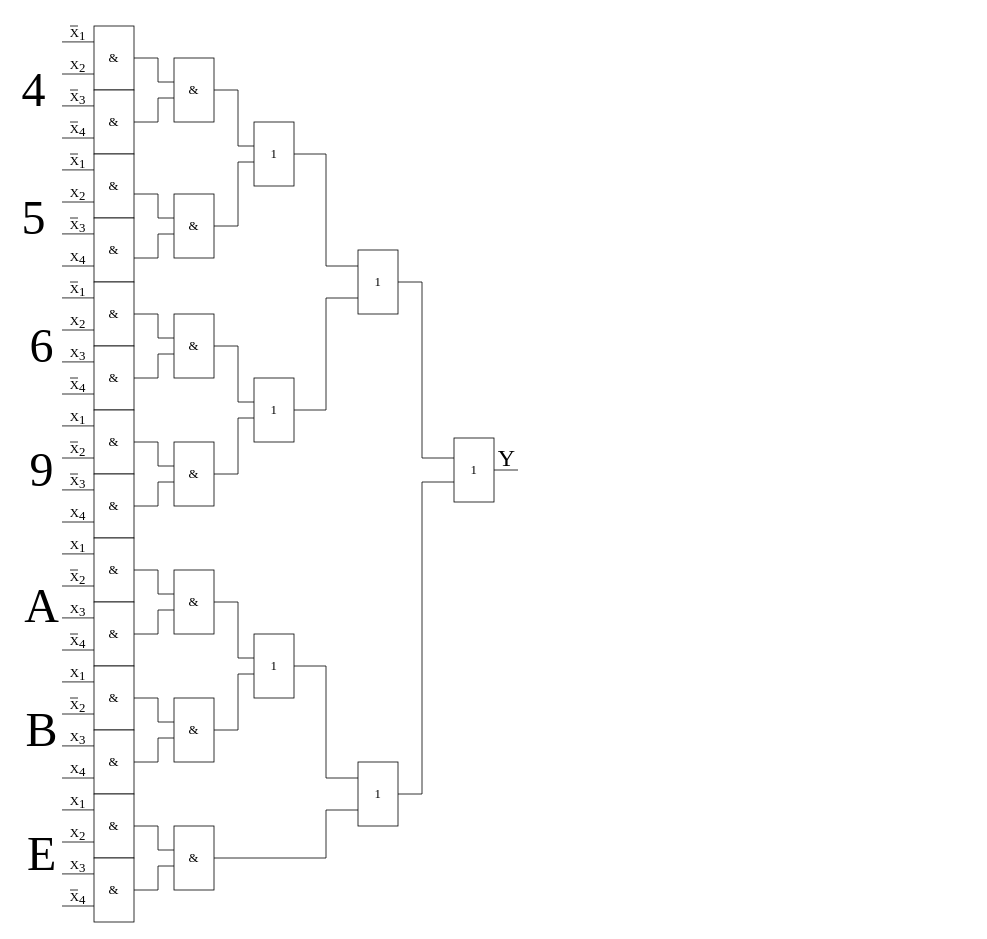
Hlebnica/arch_evm keeps this draw.io diagram as lab1_arc_evm.drawio. Above is the earlier version. Source tidied: cells renumbered, new cells numbered last; positions are measured from the earlier drawing's top-left corner, leaving out a move shared by most shapes. Both pictures are drawn from the tidied source at 80%, with x=0, y=0 at pixel (14, 14).
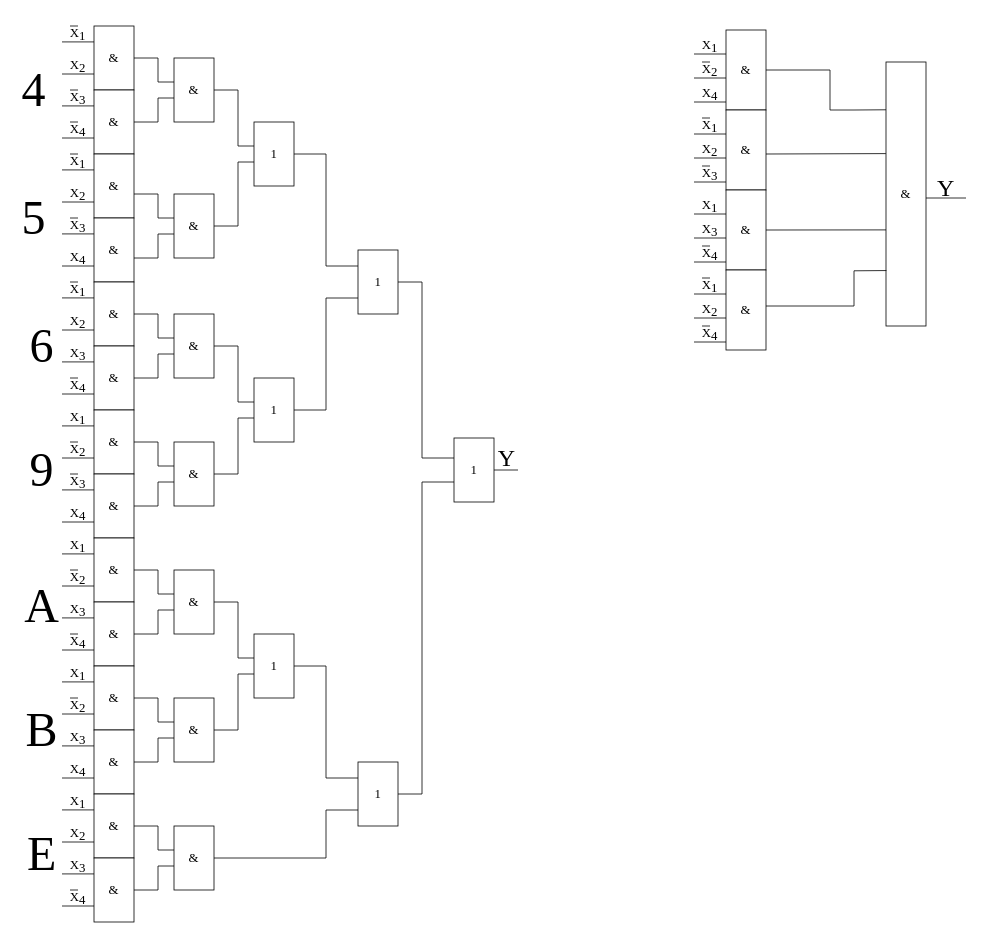
The same page after the edit.

The edit, as a diff of the source:
```diff
@@
-    <mxCell id="2" style="rounded=0;whiteSpace=wrap;html=1;fontFamily=Times New Roman;fontSize=30;strokeWidth=0;strokeColor=none;" parent="1" vertex="1">
-      <mxGeometry width="640" height="1140" as="geometry" />
-    </mxCell>
+    <mxCell id="134" style="rounded=0;whiteSpace=wrap;html=1;strokeColor=none;" parent="1" vertex="1">
+      <mxGeometry x="830" y="10" width="370" height="420" as="geometry" />
+    </mxCell>
@@
+    <mxCell id="135" value="&amp;amp;" style="rounded=0;whiteSpace=wrap;html=1;fontFamily=Times New Roman;fontSize=16;" parent="1" vertex="1">
+      <mxGeometry x="890" y="20" width="50" height="100" as="geometry" />
+    </mxCell>
+    <mxCell id="136" style="endArrow=none;html=1;rounded=0;" parent="1" edge="1">
+      <mxGeometry relative="1" as="geometry">
+        <mxPoint x="850" y="50" as="sourcePoint" />
+        <mxPoint x="890" y="50" as="targetPoint" />
+      </mxGeometry>
+    </mxCell>
+    <mxCell id="137" style="endArrow=none;html=1;rounded=0;" parent="1" edge="1">
+      <mxGeometry relative="1" as="geometry">
+        <mxPoint x="850" y="110" as="sourcePoint" />
+        <mxPoint x="890" y="110" as="targetPoint" />
+      </mxGeometry>
+    </mxCell>
+    <mxCell id="138" style="endArrow=none;html=1;rounded=0;" parent="1" edge="1">
+      <mxGeometry relative="1" as="geometry">
+        <mxPoint x="850" y="80" as="sourcePoint" />
+        <mxPoint x="890" y="80" as="targetPoint" />
+      </mxGeometry>
+    </mxCell>
+    <mxCell id="139" value="&amp;amp;" style="rounded=0;whiteSpace=wrap;html=1;fontFamily=Times New Roman;fontSize=16;" parent="1" vertex="1">
+      <mxGeometry x="890" y="120" width="50" height="100" as="geometry" />
+    </mxCell>
+    <mxCell id="140" style="endArrow=none;html=1;rounded=0;" parent="1" edge="1">
+      <mxGeometry relative="1" as="geometry">
+        <mxPoint x="850" y="150" as="sourcePoint" />
+        <mxPoint x="890" y="150" as="targetPoint" />
+      </mxGeometry>
+    </mxCell>
+    <mxCell id="141" style="endArrow=none;html=1;rounded=0;" parent="1" edge="1">
+      <mxGeometry relative="1" as="geometry">
+        <mxPoint x="850" y="210" as="sourcePoint" />
+        <mxPoint x="890" y="210" as="targetPoint" />
+      </mxGeometry>
+    </mxCell>
+    <mxCell id="142" style="endArrow=none;html=1;rounded=0;" parent="1" edge="1">
+      <mxGeometry relative="1" as="geometry">
+        <mxPoint x="850" y="180" as="sourcePoint" />
+        <mxPoint x="890" y="180" as="targetPoint" />
+      </mxGeometry>
+    </mxCell>
+    <mxCell id="143" value="&amp;amp;" style="rounded=0;whiteSpace=wrap;html=1;fontFamily=Times New Roman;fontSize=16;" parent="1" vertex="1">
+      <mxGeometry x="890" y="220" width="50" height="100" as="geometry" />
+    </mxCell>
+    <mxCell id="144" style="endArrow=none;html=1;rounded=0;" parent="1" edge="1">
+      <mxGeometry relative="1" as="geometry">
+        <mxPoint x="850" y="250" as="sourcePoint" />
+        <mxPoint x="890" y="250" as="targetPoint" />
+      </mxGeometry>
+    </mxCell>
+    <mxCell id="145" style="endArrow=none;html=1;rounded=0;" parent="1" edge="1">
+      <mxGeometry relative="1" as="geometry">
+        <mxPoint x="850" y="310" as="sourcePoint" />
+        <mxPoint x="890" y="310" as="targetPoint" />
+      </mxGeometry>
+    </mxCell>
+    <mxCell id="146" style="endArrow=none;html=1;rounded=0;" parent="1" edge="1">
+      <mxGeometry relative="1" as="geometry">
+        <mxPoint x="850" y="280" as="sourcePoint" />
+        <mxPoint x="890" y="280" as="targetPoint" />
+      </mxGeometry>
+    </mxCell>
+    <mxCell id="147" value="&amp;amp;" style="rounded=0;whiteSpace=wrap;html=1;fontFamily=Times New Roman;fontSize=16;" parent="1" vertex="1">
+      <mxGeometry x="890" y="320" width="50" height="100" as="geometry" />
+    </mxCell>
+    <mxCell id="148" style="endArrow=none;html=1;rounded=0;" parent="1" edge="1">
+      <mxGeometry relative="1" as="geometry">
+        <mxPoint x="850" y="350" as="sourcePoint" />
+        <mxPoint x="890" y="350" as="targetPoint" />
+      </mxGeometry>
+    </mxCell>
+    <mxCell id="149" style="endArrow=none;html=1;rounded=0;" parent="1" edge="1">
+      <mxGeometry relative="1" as="geometry">
+        <mxPoint x="850" y="410" as="sourcePoint" />
+        <mxPoint x="890" y="410" as="targetPoint" />
+      </mxGeometry>
+    </mxCell>
+    <mxCell id="150" style="endArrow=none;html=1;rounded=0;" parent="1" edge="1">
+      <mxGeometry relative="1" as="geometry">
+        <mxPoint x="850" y="380" as="sourcePoint" />
+        <mxPoint x="890" y="380" as="targetPoint" />
+      </mxGeometry>
+    </mxCell>
+    <mxCell id="151" value="&lt;font style=&quot;font-size: 16px;&quot;&gt;X&lt;sub style=&quot;font-size: 16px;&quot;&gt;1&lt;/sub&gt;&lt;/font&gt;" style="text;html=1;strokeColor=none;fillColor=none;align=center;verticalAlign=middle;whiteSpace=wrap;rounded=0;fontFamily=Times New Roman;fontSize=16;" parent="1" vertex="1">
+      <mxGeometry x="860" y="30" width="20" height="20" as="geometry" />
+    </mxCell>
+    <mxCell id="152" value="&lt;font style=&quot;font-size: 16px;&quot;&gt;X&lt;sub style=&quot;font-size: 16px;&quot;&gt;2&lt;/sub&gt;&lt;/font&gt;" style="text;html=1;strokeColor=none;fillColor=none;align=center;verticalAlign=middle;whiteSpace=wrap;rounded=0;fontFamily=Times New Roman;fontSize=16;" parent="1" vertex="1">
+      <mxGeometry x="860" y="60" width="20" height="20" as="geometry" />
+    </mxCell>
+    <mxCell id="153" style="endArrow=none;html=1;rounded=0;fontFamily=Times New Roman;fontSize=16;exitX=0;exitY=0;exitDx=0;exitDy=0;entryX=0.5;entryY=0;entryDx=0;entryDy=0;" parent="1" edge="1" source="152" target="152">
+      <mxGeometry relative="1" as="geometry" />
+    </mxCell>
+    <mxCell id="154" value="&lt;font style=&quot;font-size: 16px;&quot;&gt;X&lt;sub style=&quot;font-size: 16px;&quot;&gt;4&lt;/sub&gt;&lt;/font&gt;" style="text;html=1;strokeColor=none;fillColor=none;align=center;verticalAlign=middle;whiteSpace=wrap;rounded=0;fontFamily=Times New Roman;fontSize=16;" parent="1" vertex="1">
+      <mxGeometry x="860" y="90" width="20" height="20" as="geometry" />
+    </mxCell>
+    <mxCell id="155" value="&lt;font style=&quot;font-size: 16px;&quot;&gt;X&lt;sub style=&quot;font-size: 16px;&quot;&gt;1&lt;/sub&gt;&lt;/font&gt;" style="text;html=1;strokeColor=none;fillColor=none;align=center;verticalAlign=middle;whiteSpace=wrap;rounded=0;fontFamily=Times New Roman;fontSize=16;" parent="1" vertex="1">
+      <mxGeometry x="860" y="130" width="20" height="20" as="geometry" />
+    </mxCell>
+    <mxCell id="156" style="endArrow=none;html=1;rounded=0;fontFamily=Times New Roman;fontSize=16;exitX=0;exitY=0;exitDx=0;exitDy=0;entryX=0.5;entryY=0;entryDx=0;entryDy=0;" parent="1" edge="1" source="155" target="155">
+      <mxGeometry relative="1" as="geometry" />
+    </mxCell>
+    <mxCell id="157" value="&lt;font style=&quot;font-size: 16px;&quot;&gt;X&lt;sub style=&quot;font-size: 16px;&quot;&gt;2&lt;/sub&gt;&lt;/font&gt;" style="text;html=1;strokeColor=none;fillColor=none;align=center;verticalAlign=middle;whiteSpace=wrap;rounded=0;fontFamily=Times New Roman;fontSize=16;" parent="1" vertex="1">
+      <mxGeometry x="860" y="160" width="20" height="20" as="geometry" />
+    </mxCell>
+    <mxCell id="158" value="&lt;font style=&quot;font-size: 16px;&quot;&gt;X&lt;sub style=&quot;font-size: 16px;&quot;&gt;3&lt;/sub&gt;&lt;/font&gt;" style="text;html=1;strokeColor=none;fillColor=none;align=center;verticalAlign=middle;whiteSpace=wrap;rounded=0;fontFamily=Times New Roman;fontSize=16;" parent="1" vertex="1">
+      <mxGeometry x="860" y="190" width="20" height="20" as="geometry" />
+    </mxCell>
+    <mxCell id="159" style="endArrow=none;html=1;rounded=0;fontFamily=Times New Roman;fontSize=16;exitX=0;exitY=0;exitDx=0;exitDy=0;entryX=0.5;entryY=0;entryDx=0;entryDy=0;" parent="1" edge="1" source="158" target="158">
+      <mxGeometry relative="1" as="geometry" />
+    </mxCell>
+    <mxCell id="160" value="&lt;font style=&quot;font-size: 16px;&quot;&gt;X&lt;sub style=&quot;font-size: 16px;&quot;&gt;1&lt;/sub&gt;&lt;/font&gt;" style="text;html=1;strokeColor=none;fillColor=none;align=center;verticalAlign=middle;whiteSpace=wrap;rounded=0;fontFamily=Times New Roman;fontSize=16;" parent="1" vertex="1">
+      <mxGeometry x="860" y="230" width="20" height="20" as="geometry" />
+    </mxCell>
+    <mxCell id="161" value="&lt;font style=&quot;font-size: 16px;&quot;&gt;X&lt;sub style=&quot;font-size: 16px;&quot;&gt;3&lt;/sub&gt;&lt;/font&gt;" style="text;html=1;strokeColor=none;fillColor=none;align=center;verticalAlign=middle;whiteSpace=wrap;rounded=0;fontFamily=Times New Roman;fontSize=16;" parent="1" vertex="1">
+      <mxGeometry x="860" y="260" width="20" height="20" as="geometry" />
+    </mxCell>
+    <mxCell id="162" value="&lt;font style=&quot;font-size: 16px;&quot;&gt;X&lt;sub style=&quot;font-size: 16px;&quot;&gt;4&lt;/sub&gt;&lt;/font&gt;" style="text;html=1;strokeColor=none;fillColor=none;align=center;verticalAlign=middle;whiteSpace=wrap;rounded=0;fontFamily=Times New Roman;fontSize=16;" parent="1" vertex="1">
+      <mxGeometry x="860" y="290" width="20" height="20" as="geometry" />
+    </mxCell>
+    <mxCell id="163" style="endArrow=none;html=1;rounded=0;fontFamily=Times New Roman;fontSize=16;exitX=0;exitY=0;exitDx=0;exitDy=0;entryX=0.5;entryY=0;entryDx=0;entryDy=0;" parent="1" edge="1" source="162" target="162">
+      <mxGeometry relative="1" as="geometry" />
+    </mxCell>
+    <mxCell id="164" value="&lt;font style=&quot;font-size: 16px;&quot;&gt;X&lt;sub style=&quot;font-size: 16px;&quot;&gt;1&lt;/sub&gt;&lt;/font&gt;" style="text;html=1;strokeColor=none;fillColor=none;align=center;verticalAlign=middle;whiteSpace=wrap;rounded=0;fontFamily=Times New Roman;fontSize=16;" parent="1" vertex="1">
+      <mxGeometry x="860" y="330" width="20" height="20" as="geometry" />
+    </mxCell>
+    <mxCell id="165" style="endArrow=none;html=1;rounded=0;fontFamily=Times New Roman;fontSize=16;exitX=0;exitY=0;exitDx=0;exitDy=0;entryX=0.5;entryY=0;entryDx=0;entryDy=0;" parent="1" edge="1" source="164" target="164">
+      <mxGeometry relative="1" as="geometry" />
+    </mxCell>
+    <mxCell id="166" value="&lt;font style=&quot;font-size: 16px;&quot;&gt;X&lt;sub style=&quot;font-size: 16px;&quot;&gt;2&lt;/sub&gt;&lt;/font&gt;" style="text;html=1;strokeColor=none;fillColor=none;align=center;verticalAlign=middle;whiteSpace=wrap;rounded=0;fontFamily=Times New Roman;fontSize=16;" parent="1" vertex="1">
+      <mxGeometry x="860" y="360" width="20" height="20" as="geometry" />
+    </mxCell>
+    <mxCell id="167" value="&lt;font style=&quot;font-size: 16px;&quot;&gt;X&lt;sub style=&quot;font-size: 16px;&quot;&gt;4&lt;/sub&gt;&lt;/font&gt;" style="text;html=1;strokeColor=none;fillColor=none;align=center;verticalAlign=middle;whiteSpace=wrap;rounded=0;fontFamily=Times New Roman;fontSize=16;" parent="1" vertex="1">
+      <mxGeometry x="860" y="390" width="20" height="20" as="geometry" />
+    </mxCell>
+    <mxCell id="168" style="endArrow=none;html=1;rounded=0;fontFamily=Times New Roman;fontSize=16;exitX=0;exitY=0;exitDx=0;exitDy=0;entryX=0.5;entryY=0;entryDx=0;entryDy=0;" parent="1" edge="1" source="167" target="167">
+      <mxGeometry relative="1" as="geometry" />
+    </mxCell>
+    <mxCell id="169" value="&amp;amp;" style="rounded=0;whiteSpace=wrap;html=1;fontFamily=Times New Roman;fontSize=16;" parent="1" vertex="1">
+      <mxGeometry x="1090" y="60" width="50" height="330" as="geometry" />
+    </mxCell>
+    <mxCell id="170" style="endArrow=none;html=1;rounded=0;entryX=1;entryY=0.5;entryDx=0;entryDy=0;exitX=-0.001;exitY=0.181;exitDx=0;exitDy=0;exitPerimeter=0;" parent="1" edge="1" source="169" target="135">
+      <mxGeometry relative="1" as="geometry">
+        <Array as="points">
+          <mxPoint x="1050" y="120" />
+          <mxPoint x="1020" y="120" />
+          <mxPoint x="1020" y="70" />
+        </Array>
+      </mxGeometry>
+    </mxCell>
+    <mxCell id="171" style="endArrow=none;html=1;rounded=0;entryX=-0.003;entryY=0.347;entryDx=0;entryDy=0;entryPerimeter=0;" parent="1" edge="1" target="169">
+      <mxGeometry relative="1" as="geometry">
+        <mxPoint x="940" y="175" as="sourcePoint" />
+      </mxGeometry>
+    </mxCell>
+    <mxCell id="172" style="endArrow=none;html=1;rounded=0;entryX=0;entryY=0.636;entryDx=0;entryDy=0;entryPerimeter=0;" parent="1" edge="1" target="169">
+      <mxGeometry relative="1" as="geometry">
+        <mxPoint x="940" y="270" as="sourcePoint" />
+      </mxGeometry>
+    </mxCell>
+    <mxCell id="173" style="endArrow=none;html=1;rounded=0;entryX=0.01;entryY=0.79;entryDx=0;entryDy=0;entryPerimeter=0;" parent="1" edge="1" target="169">
+      <mxGeometry relative="1" as="geometry">
+        <mxPoint x="940" y="365" as="sourcePoint" />
+        <Array as="points">
+          <mxPoint x="1050" y="365" />
+          <mxPoint x="1050" y="321" />
+        </Array>
+      </mxGeometry>
+    </mxCell>
+    <mxCell id="174" style="endArrow=none;html=1;rounded=0;" parent="1" edge="1">
+      <mxGeometry relative="1" as="geometry">
+        <mxPoint x="1140" y="230" as="sourcePoint" />
+        <mxPoint x="1190" y="230" as="targetPoint" />
+      </mxGeometry>
+    </mxCell>
+    <mxCell id="175" value="&lt;font style=&quot;font-size: 30px;&quot;&gt;Y&lt;/font&gt;" style="text;html=1;strokeColor=none;fillColor=none;align=center;verticalAlign=middle;whiteSpace=wrap;rounded=0;fontSize=59;fontFamily=Times New Roman;" parent="1" vertex="1">
+      <mxGeometry x="1150" y="185" width="30" height="45" as="geometry" />
+    </mxCell>
```
